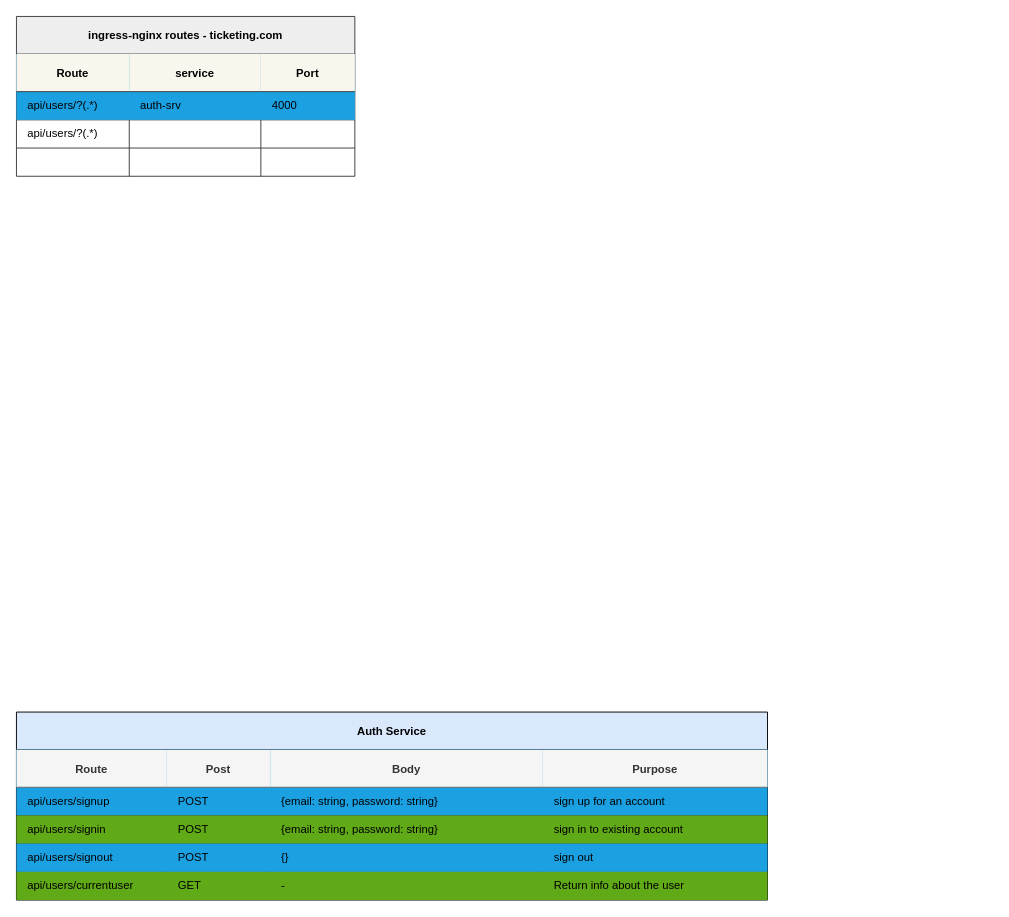
Above: diagrams/routes.drawio in kavishkamk/ticker-hub (draw.io), before the change. Source tidied: cells renumbered, new cells numbered last; positions are measured from the earlier drawing's top-left corner, leaving out a move shared by most shapes. Both pictures are drawn from the tidied source at 94%, with x=0, y=0 at pixel (16, 16).
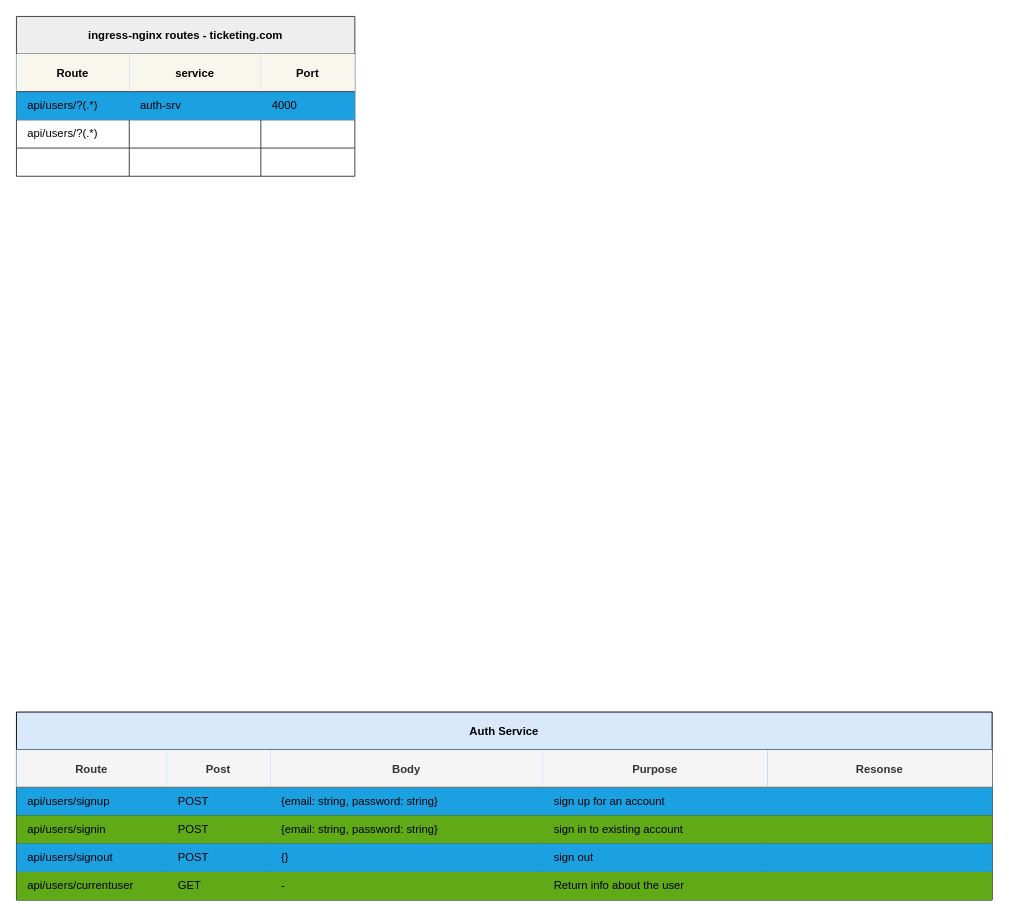
The same page after the edit.

Diff of the diagram source:
```diff
@@
     <mxCell id="2" value="Auth Service" style="shape=table;childLayout=tableLayout;startSize=40;fontStyle=1;fillColor=#dae8fc;strokeColor=#000000;columnLines=1;rowLines=1;" parent="1" vertex="1">
-      <mxGeometry y="740" width="799" height="200" as="geometry" />
+      <mxGeometry y="740" width="1038" height="200" as="geometry" />
     </mxCell>
     <mxCell id="3" style="shape=tableRow;horizontal=0;startSize=0;swimlaneHead=0;swimlaneBody=0;top=0;left=0;bottom=0;right=0;fillColor=#1ba1e2;fontStyle=1;fontColor=#ffffff;strokeColor=#000000;" parent="2" vertex="1">
-      <mxGeometry y="40" width="799" height="70" as="geometry" />
+      <mxGeometry y="40" width="1038" height="70" as="geometry" />
     </mxCell>
@@
+    <mxCell id="56" value="Resonse" style="swimlane;swimlaneHead=0;swimlaneBody=0;fontStyle=0;fillColor=#f5f5f5;startSize=40;fontStyle=1;fontColor=#333333;strokeColor=#666666;" parent="3" vertex="1">
+      <mxGeometry x="799" width="239" height="70" as="geometry" />
+    </mxCell>
     <mxCell id="12" style="shape=tableRow;horizontal=0;startSize=0;swimlaneHead=0;swimlaneBody=0;top=0;left=0;bottom=0;right=0;fillColor=#60a917;fontStyle=1;fontColor=#ffffff;strokeColor=#2D7600;" parent="2" vertex="1">
-      <mxGeometry y="110" width="799" height="30" as="geometry" />
+      <mxGeometry y="110" width="1038" height="30" as="geometry" />
     </mxCell>
@@
+    <mxCell id="57" style="swimlane;swimlaneHead=0;swimlaneBody=0;fontStyle=0;fillColor=none;startSize=0;fontStyle=1;" parent="12" vertex="1">
+      <mxGeometry x="799" width="239" height="30" as="geometry" />
+    </mxCell>
     <mxCell id="21" style="shape=tableRow;horizontal=0;startSize=0;swimlaneHead=0;swimlaneBody=0;top=0;left=0;bottom=0;right=0;fillColor=#1ba1e2;fontStyle=1;fontColor=#ffffff;strokeColor=#006EAF;" parent="2" vertex="1">
-      <mxGeometry y="140" width="799" height="30" as="geometry" />
+      <mxGeometry y="140" width="1038" height="30" as="geometry" />
     </mxCell>
@@
+    <mxCell id="58" style="swimlane;swimlaneHead=0;swimlaneBody=0;fontStyle=0;fillColor=default;startSize=0;fontStyle=1;fontColor=#ffffff;strokeColor=#006EAF;" parent="21" vertex="1">
+      <mxGeometry x="799" width="239" height="30" as="geometry" />
+    </mxCell>
     <mxCell id="30" style="shape=tableRow;horizontal=0;startSize=0;swimlaneHead=0;swimlaneBody=0;top=0;left=0;bottom=0;right=0;fillColor=#60a917;fontStyle=1;fontColor=#ffffff;strokeColor=#2D7600;" parent="2" vertex="1">
-      <mxGeometry y="170" width="799" height="30" as="geometry" />
+      <mxGeometry y="170" width="1038" height="30" as="geometry" />
     </mxCell>
@@
+    <mxCell id="59" style="swimlane;swimlaneHead=0;swimlaneBody=0;fontStyle=0;fillColor=none;startSize=0;fontStyle=1;" parent="30" vertex="1">
+      <mxGeometry x="799" width="239" height="30" as="geometry" />
+    </mxCell>
```
